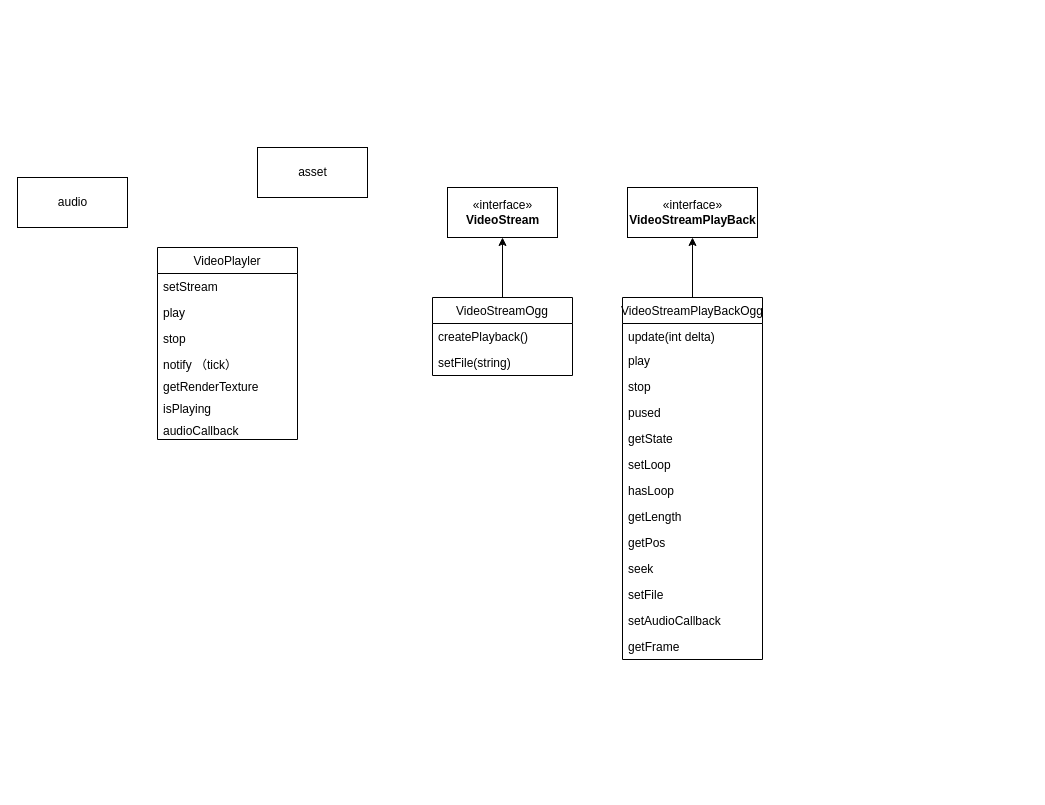
This is video_texture.drawio from oahcy/draw.io, a draw.io file, before an edit. Source tidied: cells renumbered, new cells numbered last; positions are measured from the earlier drawing's top-left corner, leaving out a move shared by most shapes. Both pictures are drawn from the tidied source at 100%, with x=0, y=0 at pixel (17, 147).
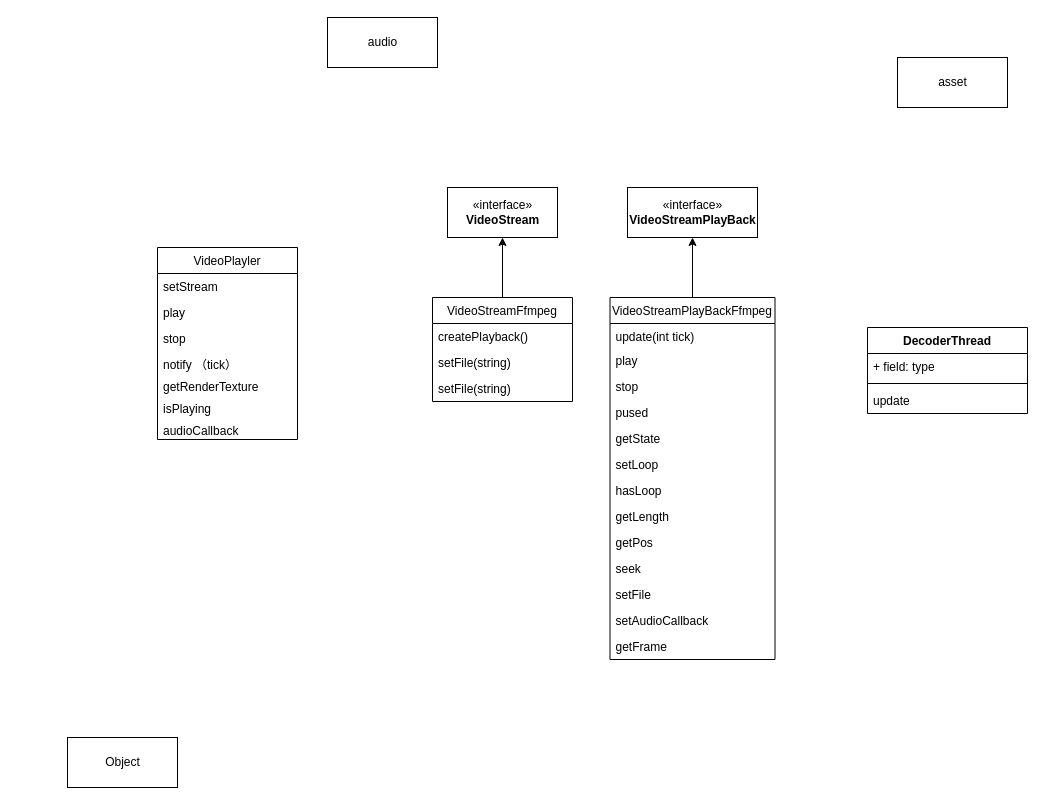
After the change.

Diff of the diagram source:
```diff
@@
-    <mxCell id="13" value="VideoStreamOgg" style="swimlane;fontStyle=0;horizontal=1;startSize=26;fillColor=none;" parent="1" vertex="1">
-      <mxGeometry x="415" y="150" width="140" height="78" as="geometry" />
+    <mxCell id="13" value="VideoStreamFfmpeg" style="swimlane;fontStyle=0;horizontal=1;startSize=26;fillColor=none;" parent="1" vertex="1">
+      <mxGeometry x="415" y="150" width="140" height="104" as="geometry" />
     </mxCell>
@@
+    <mxCell id="33" value="setFile(string)" style="text;strokeColor=none;fillColor=none;align=left;verticalAlign=top;spacingLeft=4;spacingRight=4;overflow=hidden;" parent="13" vertex="1">
+      <mxGeometry y="52" width="140" height="26" as="geometry" />
+    </mxCell>
     <mxCell id="15" value="setFile(string)" style="text;strokeColor=none;fillColor=none;align=left;verticalAlign=top;spacingLeft=4;spacingRight=4;overflow=hidden;" parent="13" vertex="1">
-      <mxGeometry y="52" width="140" height="26" as="geometry" />
+      <mxGeometry y="78" width="140" height="26" as="geometry" />
     </mxCell>
@@
-    <mxCell id="17" value="VideoStreamPlayBackOgg" style="swimlane;fontStyle=0;horizontal=1;startSize=26;fillColor=none;" parent="1" vertex="1">
-      <mxGeometry x="605" y="150" width="140" height="362" as="geometry" />
+    <mxCell id="17" value="VideoStreamPlayBackFfmpeg" style="swimlane;fontStyle=0;horizontal=1;startSize=26;fillColor=none;" parent="1" vertex="1">
+      <mxGeometry x="592.5" y="150" width="165" height="362" as="geometry" />
     </mxCell>
-    <mxCell id="18" value="update(int delta)" style="text;strokeColor=none;fillColor=none;align=left;verticalAlign=top;spacingLeft=4;spacingRight=4;overflow=hidden;" parent="17" vertex="1">
-      <mxGeometry y="26" width="140" height="24" as="geometry" />
+    <mxCell id="18" value="update(int tick)" style="text;strokeColor=none;fillColor=none;align=left;verticalAlign=top;spacingLeft=4;spacingRight=4;overflow=hidden;" parent="17" vertex="1">
+      <mxGeometry y="26" width="165" height="24" as="geometry" />
     </mxCell>
     <mxCell id="19" value="play" style="text;strokeColor=none;fillColor=none;align=left;verticalAlign=top;spacingLeft=4;spacingRight=4;overflow=hidden;" parent="17" vertex="1">
-      <mxGeometry y="50" width="140" height="26" as="geometry" />
+      <mxGeometry y="50" width="165" height="26" as="geometry" />
     </mxCell>
     <mxCell id="20" value="stop" style="text;strokeColor=none;fillColor=none;align=left;verticalAlign=top;spacingLeft=4;spacingRight=4;overflow=hidden;" parent="17" vertex="1">
-      <mxGeometry y="76" width="140" height="26" as="geometry" />
+      <mxGeometry y="76" width="165" height="26" as="geometry" />
     </mxCell>
     <mxCell id="21" value="pused" style="text;strokeColor=none;fillColor=none;align=left;verticalAlign=top;spacingLeft=4;spacingRight=4;overflow=hidden;" parent="17" vertex="1">
-      <mxGeometry y="102" width="140" height="26" as="geometry" />
+      <mxGeometry y="102" width="165" height="26" as="geometry" />
     </mxCell>
     <mxCell id="22" value="getState" style="text;strokeColor=none;fillColor=none;align=left;verticalAlign=top;spacingLeft=4;spacingRight=4;overflow=hidden;" parent="17" vertex="1">
-      <mxGeometry y="128" width="140" height="26" as="geometry" />
+      <mxGeometry y="128" width="165" height="26" as="geometry" />
     </mxCell>
     <mxCell id="23" value="setLoop" style="text;strokeColor=none;fillColor=none;align=left;verticalAlign=top;spacingLeft=4;spacingRight=4;overflow=hidden;" parent="17" vertex="1">
-      <mxGeometry y="154" width="140" height="26" as="geometry" />
+      <mxGeometry y="154" width="165" height="26" as="geometry" />
     </mxCell>
     <mxCell id="24" value="hasLoop" style="text;strokeColor=none;fillColor=none;align=left;verticalAlign=top;spacingLeft=4;spacingRight=4;overflow=hidden;" parent="17" vertex="1">
-      <mxGeometry y="180" width="140" height="26" as="geometry" />
+      <mxGeometry y="180" width="165" height="26" as="geometry" />
     </mxCell>
     <mxCell id="25" value="getLength" style="text;strokeColor=none;fillColor=none;align=left;verticalAlign=top;spacingLeft=4;spacingRight=4;overflow=hidden;" parent="17" vertex="1">
-      <mxGeometry y="206" width="140" height="26" as="geometry" />
+      <mxGeometry y="206" width="165" height="26" as="geometry" />
     </mxCell>
     <mxCell id="26" value="getPos" style="text;strokeColor=none;fillColor=none;align=left;verticalAlign=top;spacingLeft=4;spacingRight=4;overflow=hidden;" parent="17" vertex="1">
-      <mxGeometry y="232" width="140" height="26" as="geometry" />
+      <mxGeometry y="232" width="165" height="26" as="geometry" />
     </mxCell>
     <mxCell id="27" value="seek" style="text;strokeColor=none;fillColor=none;align=left;verticalAlign=top;spacingLeft=4;spacingRight=4;overflow=hidden;" parent="17" vertex="1">
-      <mxGeometry y="258" width="140" height="26" as="geometry" />
+      <mxGeometry y="258" width="165" height="26" as="geometry" />
     </mxCell>
     <mxCell id="28" value="setFile" style="text;strokeColor=none;fillColor=none;align=left;verticalAlign=top;spacingLeft=4;spacingRight=4;overflow=hidden;" parent="17" vertex="1">
-      <mxGeometry y="284" width="140" height="26" as="geometry" />
+      <mxGeometry y="284" width="165" height="26" as="geometry" />
     </mxCell>
     <mxCell id="29" value="setAudioCallback" style="text;strokeColor=none;fillColor=none;align=left;verticalAlign=top;spacingLeft=4;spacingRight=4;overflow=hidden;" parent="17" vertex="1">
-      <mxGeometry y="310" width="140" height="26" as="geometry" />
+      <mxGeometry y="310" width="165" height="26" as="geometry" />
     </mxCell>
     <mxCell id="30" value="getFrame" style="text;strokeColor=none;fillColor=none;align=left;verticalAlign=top;spacingLeft=4;spacingRight=4;overflow=hidden;" parent="17" vertex="1">
-      <mxGeometry y="336" width="140" height="26" as="geometry" />
+      <mxGeometry y="336" width="165" height="26" as="geometry" />
     </mxCell>
     <mxCell id="31" value="audio" style="html=1;" parent="1" vertex="1">
-      <mxGeometry y="30" width="110" height="50" as="geometry" />
+      <mxGeometry x="310" y="-130" width="110" height="50" as="geometry" />
     </mxCell>
     <mxCell id="32" value="asset" style="html=1;" parent="1" vertex="1">
-      <mxGeometry x="240" width="110" height="50" as="geometry" />
+      <mxGeometry x="880" y="-90" width="110" height="50" as="geometry" />
     </mxCell>
+    <mxCell id="34" value="Object" style="html=1;" parent="1" vertex="1">
+      <mxGeometry x="50" y="590" width="110" height="50" as="geometry" />
+    </mxCell>
+    <mxCell id="35" value="DecoderThread" style="swimlane;fontStyle=1;align=center;verticalAlign=top;horizontal=1;startSize=26;" parent="1" vertex="1">
+      <mxGeometry x="850" y="180" width="160" height="86" as="geometry" />
+    </mxCell>
+    <mxCell id="36" value="+ field: type" style="text;strokeColor=none;fillColor=none;align=left;verticalAlign=top;spacingLeft=4;spacingRight=4;overflow=hidden;" parent="35" vertex="1">
+      <mxGeometry y="26" width="160" height="26" as="geometry" />
+    </mxCell>
+    <mxCell id="37" style="line;strokeWidth=1;fillColor=none;align=left;verticalAlign=middle;spacingTop=-1;spacingLeft=3;spacingRight=3;labelPosition=right;" parent="35" vertex="1">
+      <mxGeometry y="52" width="160" height="8" as="geometry" />
+    </mxCell>
+    <mxCell id="38" value="update" style="text;strokeColor=none;fillColor=none;align=left;verticalAlign=top;spacingLeft=4;spacingRight=4;overflow=hidden;" parent="35" vertex="1">
+      <mxGeometry y="60" width="160" height="26" as="geometry" />
+    </mxCell>
```
